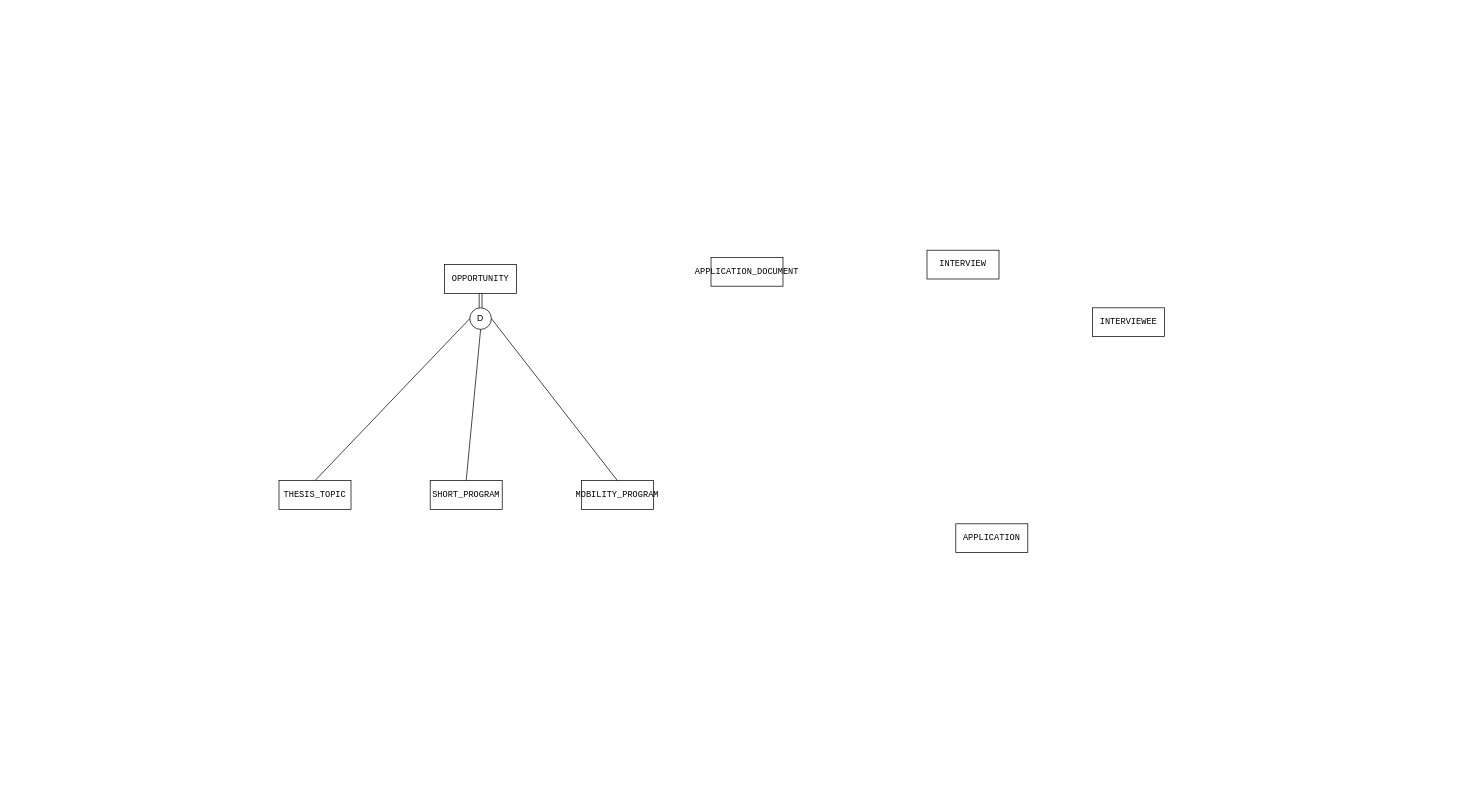
Earlier version of the draw.io diagram CleanMember3.drawio (kniveexe/giu-germany-connect). Source tidied: cells renumbered, new cells numbered last; positions are measured from the earlier drawing's top-left corner, leaving out a move shared by most shapes. Both pictures are drawn from the tidied source at 72%, with x=0, y=0 at pixel (279, 250).
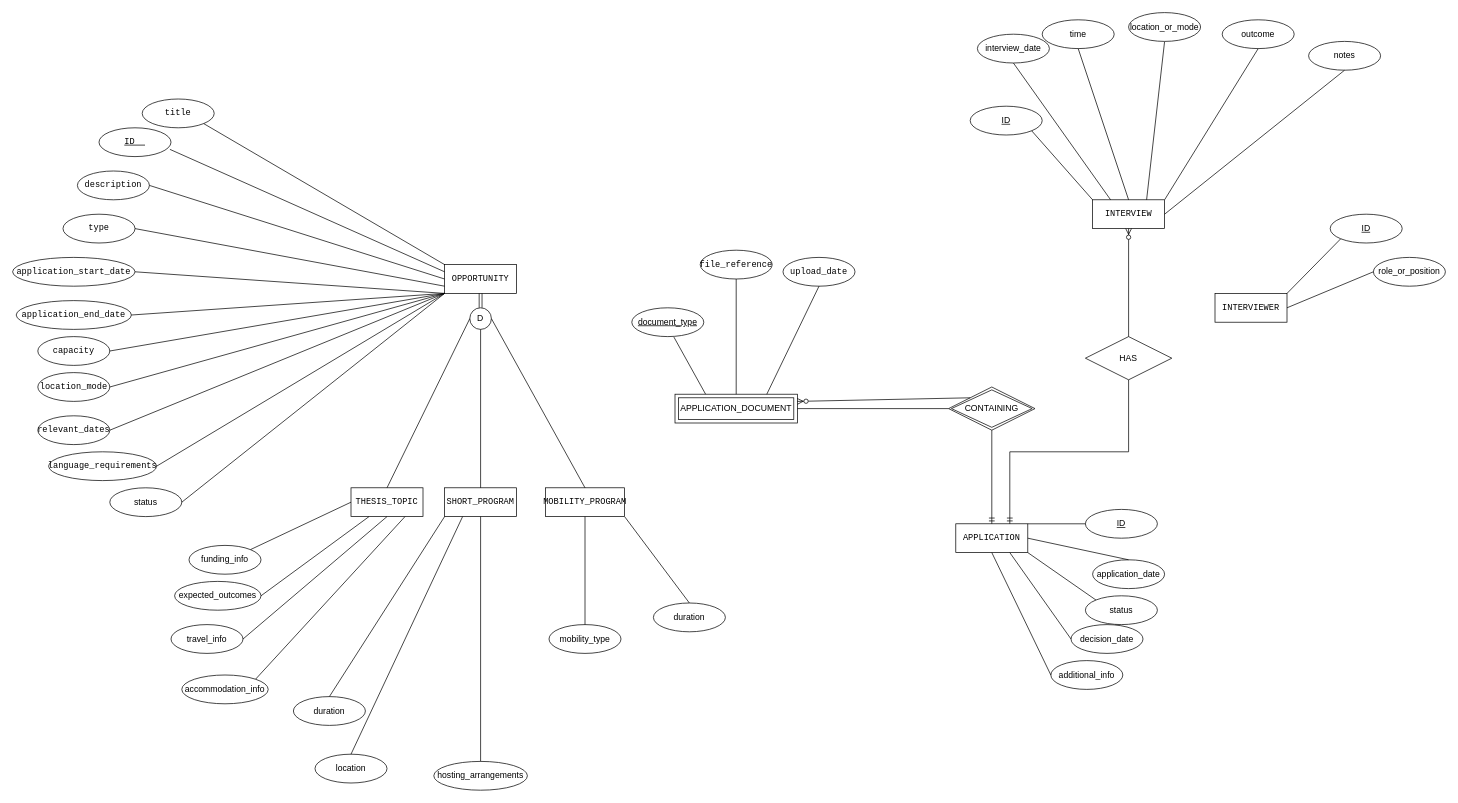
The same diagram, later.

Unchanged cells that the change refers to:
```xml
<mxCell id="2" value="&lt;pre dir=&quot;ltr&quot;&gt;&lt;code&gt;OPPORTUNITY&lt;/code&gt;&lt;/pre&gt;" style="whiteSpace=wrap;html=1;align=center;" parent="1" vertex="1">
  <mxGeometry x="230" y="20" width="100" height="40" as="geometry" />
</mxCell>
<mxCell id="7" value="&lt;pre dir=&quot;ltr&quot;&gt;&lt;code&gt;APPLICATION&lt;/code&gt;&lt;/pre&gt;" style="whiteSpace=wrap;html=1;align=center;" parent="1" vertex="1">
  <mxGeometry x="940" y="380" width="100" height="40" as="geometry" />
</mxCell>
```

Change to the diagram source:
```diff
@@
     <mxCell id="3" value="&lt;pre dir=&quot;ltr&quot;&gt;&lt;code&gt;THESIS_TOPIC&lt;br/&gt;&lt;/code&gt;&lt;/pre&gt;" style="whiteSpace=wrap;html=1;align=center;" parent="1" vertex="1">
-      <mxGeometry y="320" width="100" height="40" as="geometry" />
+      <mxGeometry x="100" y="330" width="100" height="40" as="geometry" />
     </mxCell>
-    <mxCell id="4" value="&lt;pre dir=&quot;ltr&quot;&gt;&lt;code&gt;APPLICATION_DOCUMENT&lt;/code&gt;&lt;/pre&gt;" style="whiteSpace=wrap;html=1;align=center;" parent="1" vertex="1">
-      <mxGeometry x="600" y="10" width="100" height="40" as="geometry" />
-    </mxCell>
     <mxCell id="5" value="&lt;pre dir=&quot;ltr&quot;&gt;&lt;code&gt;SHORT_PROGRAM&lt;br/&gt;&lt;/code&gt;&lt;/pre&gt;" style="whiteSpace=wrap;html=1;align=center;" parent="1" vertex="1">
-      <mxGeometry x="210" y="320" width="100" height="40" as="geometry" />
+      <mxGeometry x="230" y="330" width="100" height="40" as="geometry" />
     </mxCell>
     <mxCell id="6" value="&lt;pre dir=&quot;ltr&quot;&gt;&lt;code&gt;MOBILITY_PROGRAM&lt;br/&gt;&lt;/code&gt;&lt;/pre&gt;" style="whiteSpace=wrap;html=1;align=center;" parent="1" vertex="1">
-      <mxGeometry x="420" y="320" width="100" height="40" as="geometry" />
+      <mxGeometry x="370" y="330" width="110" height="40" as="geometry" />
     </mxCell>
@@
     <mxCell id="8" value="&lt;pre dir=&quot;ltr&quot;&gt;&lt;code&gt;INTERVIEW&lt;/code&gt;&lt;/pre&gt;" style="whiteSpace=wrap;html=1;align=center;" parent="1" vertex="1">
-      <mxGeometry x="900" width="100" height="40" as="geometry" />
+      <mxGeometry x="1130" y="-70" width="100" height="40" as="geometry" />
     </mxCell>
-    <mxCell id="9" value="&lt;pre dir=&quot;ltr&quot;&gt;&lt;code&gt;INTERVIEWEE&lt;/code&gt;&lt;/pre&gt;" style="whiteSpace=wrap;html=1;align=center;" parent="1" vertex="1">
-      <mxGeometry x="1130" y="80" width="100" height="40" as="geometry" />
+    <mxCell id="9" value="&lt;pre dir=&quot;ltr&quot;&gt;&lt;code&gt;INTERVIEWER&lt;/code&gt;&lt;/pre&gt;" style="whiteSpace=wrap;html=1;align=center;" parent="1" vertex="1">
+      <mxGeometry x="1300" y="60" width="100" height="40" as="geometry" />
     </mxCell>
@@
+    <mxCell id="15" value="&lt;pre dir=&quot;ltr&quot;&gt;&lt;code&gt;ID  &lt;/code&gt;&lt;/pre&gt;" style="ellipse;whiteSpace=wrap;html=1;align=center;fontStyle=4;" parent="1" vertex="1">
+      <mxGeometry x="-250" y="-170" width="100" height="40" as="geometry" />
+    </mxCell>
+    <mxCell id="16" value="&lt;pre dir=&quot;ltr&quot;&gt;&lt;code&gt;application_start_date&lt;/code&gt;&lt;/pre&gt;" style="ellipse;whiteSpace=wrap;html=1;align=center;" parent="1" vertex="1">
+      <mxGeometry x="-370" y="10" width="170" height="40" as="geometry" />
+    </mxCell>
+    <mxCell id="17" value="&lt;pre dir=&quot;ltr&quot;&gt;&lt;code&gt;relevant_dates&lt;br/&gt;&lt;/code&gt;&lt;/pre&gt;" style="ellipse;whiteSpace=wrap;html=1;align=center;" parent="1" vertex="1">
+      <mxGeometry x="-335" y="230" width="100" height="40" as="geometry" />
+    </mxCell>
+    <mxCell id="18" value="&lt;pre dir=&quot;ltr&quot;&gt;&lt;code&gt;type&lt;/code&gt;&lt;/pre&gt;" style="ellipse;whiteSpace=wrap;html=1;align=center;" parent="1" vertex="1">
+      <mxGeometry x="-300" y="-50" width="100" height="40" as="geometry" />
+    </mxCell>
+    <mxCell id="19" value="&lt;pre dir=&quot;ltr&quot;&gt;&lt;code&gt;language_requirements&lt;/code&gt;&lt;/pre&gt;" style="ellipse;whiteSpace=wrap;html=1;align=center;" parent="1" vertex="1">
+      <mxGeometry x="-320" y="280" width="150" height="40" as="geometry" />
+    </mxCell>
+    <mxCell id="20" value="&lt;pre dir=&quot;ltr&quot;&gt;&lt;code&gt;description&lt;/code&gt;&lt;/pre&gt;" style="ellipse;whiteSpace=wrap;html=1;align=center;" parent="1" vertex="1">
+      <mxGeometry x="-280" y="-110" width="100" height="40" as="geometry" />
+    </mxCell>
+    <mxCell id="21" value="&lt;pre dir=&quot;ltr&quot;&gt;&lt;code&gt;title&lt;/code&gt;&lt;/pre&gt;" style="ellipse;whiteSpace=wrap;html=1;align=center;" parent="1" vertex="1">
+      <mxGeometry x="-190" y="-210" width="100" height="40" as="geometry" />
+    </mxCell>
+    <mxCell id="22" value="&lt;pre dir=&quot;ltr&quot;&gt;&lt;code&gt;application_end_date&lt;/code&gt;&lt;/pre&gt;" style="ellipse;whiteSpace=wrap;html=1;align=center;" parent="1" vertex="1">
+      <mxGeometry x="-365" y="70" width="160" height="40" as="geometry" />
+    </mxCell>
+    <mxCell id="23" value="&lt;pre dir=&quot;ltr&quot;&gt;&lt;code&gt;capacity&lt;br/&gt;&lt;/code&gt;&lt;/pre&gt;" style="ellipse;whiteSpace=wrap;html=1;align=center;" parent="1" vertex="1">
+      <mxGeometry x="-335" y="120" width="100" height="40" as="geometry" />
+    </mxCell>
+    <mxCell id="24" value="&lt;pre dir=&quot;ltr&quot;&gt;&lt;code&gt;location_mode&lt;/code&gt;&lt;/pre&gt;" style="ellipse;whiteSpace=wrap;html=1;align=center;" parent="1" vertex="1">
+      <mxGeometry x="-335" y="170" width="100" height="40" as="geometry" />
+    </mxCell>
+    <mxCell id="25" value="status" style="ellipse;whiteSpace=wrap;html=1;align=center;" parent="1" vertex="1">
+      <mxGeometry x="-235" y="330" width="100" height="40" as="geometry" />
+    </mxCell>
+    <mxCell id="26" style="endArrow=none;html=1;rounded=0;exitX=1;exitY=1;exitDx=0;exitDy=0;entryX=0;entryY=0;entryDx=0;entryDy=0;" parent="1" edge="1" source="21" target="2">
+      <mxGeometry relative="1" as="geometry" />
+    </mxCell>
+    <mxCell id="27" style="endArrow=none;html=1;rounded=0;exitX=0.985;exitY=0.749;exitDx=0;exitDy=0;entryX=0;entryY=0.25;entryDx=0;entryDy=0;exitPerimeter=0;" parent="1" edge="1" source="15" target="2">
+      <mxGeometry relative="1" as="geometry" />
+    </mxCell>
+    <mxCell id="28" style="endArrow=none;html=1;rounded=0;exitX=1;exitY=0.5;exitDx=0;exitDy=0;entryX=0;entryY=0.5;entryDx=0;entryDy=0;" parent="1" edge="1" source="20" target="2">
+      <mxGeometry relative="1" as="geometry" />
+    </mxCell>
+    <mxCell id="29" style="endArrow=none;html=1;rounded=0;exitX=1;exitY=0.5;exitDx=0;exitDy=0;entryX=0;entryY=0.75;entryDx=0;entryDy=0;" parent="1" edge="1" source="18" target="2">
+      <mxGeometry relative="1" as="geometry" />
+    </mxCell>
+    <mxCell id="30" style="endArrow=none;html=1;rounded=0;exitX=1;exitY=0.5;exitDx=0;exitDy=0;entryX=0;entryY=1;entryDx=0;entryDy=0;" parent="1" edge="1" source="16" target="2">
+      <mxGeometry relative="1" as="geometry" />
+    </mxCell>
+    <mxCell id="31" style="endArrow=none;html=1;rounded=0;exitX=1;exitY=0.5;exitDx=0;exitDy=0;entryX=0;entryY=1;entryDx=0;entryDy=0;" parent="1" edge="1" source="22" target="2">
+      <mxGeometry relative="1" as="geometry" />
+    </mxCell>
+    <mxCell id="32" style="endArrow=none;html=1;rounded=0;exitX=1;exitY=0.5;exitDx=0;exitDy=0;entryX=0;entryY=1;entryDx=0;entryDy=0;" parent="1" edge="1" source="23" target="2">
+      <mxGeometry relative="1" as="geometry" />
+    </mxCell>
+    <mxCell id="33" style="endArrow=none;html=1;rounded=0;exitX=1;exitY=0.5;exitDx=0;exitDy=0;entryX=0;entryY=1;entryDx=0;entryDy=0;" parent="1" edge="1" source="24" target="2">
+      <mxGeometry relative="1" as="geometry" />
+    </mxCell>
+    <mxCell id="34" style="endArrow=none;html=1;rounded=0;exitX=1;exitY=0.5;exitDx=0;exitDy=0;entryX=0;entryY=1;entryDx=0;entryDy=0;" parent="1" edge="1" source="17" target="2">
+      <mxGeometry relative="1" as="geometry" />
+    </mxCell>
+    <mxCell id="35" style="endArrow=none;html=1;rounded=0;exitX=1;exitY=0.5;exitDx=0;exitDy=0;entryX=0;entryY=1;entryDx=0;entryDy=0;" parent="1" edge="1" source="19" target="2">
+      <mxGeometry relative="1" as="geometry" />
+    </mxCell>
+    <mxCell id="36" style="endArrow=none;html=1;rounded=0;exitX=1;exitY=0.5;exitDx=0;exitDy=0;entryX=0;entryY=1;entryDx=0;entryDy=0;" parent="1" edge="1" source="25" target="2">
+      <mxGeometry relative="1" as="geometry" />
+    </mxCell>
+    <mxCell id="37" value="travel_info" style="ellipse;whiteSpace=wrap;html=1;align=center;" parent="1" vertex="1">
+      <mxGeometry x="-150" y="520" width="100" height="40" as="geometry" />
+    </mxCell>
+    <mxCell id="38" value="funding_info" style="ellipse;whiteSpace=wrap;html=1;align=center;" parent="1" vertex="1">
+      <mxGeometry x="-125" y="410" width="100" height="40" as="geometry" />
+    </mxCell>
+    <mxCell id="39" value="expected_outcomes" style="ellipse;whiteSpace=wrap;html=1;align=center;" parent="1" vertex="1">
+      <mxGeometry x="-145" y="460" width="120" height="40" as="geometry" />
+    </mxCell>
+    <mxCell id="40" value="accommodation_info" style="ellipse;whiteSpace=wrap;html=1;align=center;" parent="1" vertex="1">
+      <mxGeometry x="-135" y="590" width="120" height="40" as="geometry" />
+    </mxCell>
+    <mxCell id="41" style="endArrow=none;html=1;rounded=0;exitX=1;exitY=0;exitDx=0;exitDy=0;entryX=0;entryY=0.5;entryDx=0;entryDy=0;" parent="1" edge="1" source="38" target="3">
+      <mxGeometry relative="1" as="geometry" />
+    </mxCell>
+    <mxCell id="42" style="endArrow=none;html=1;rounded=0;exitX=1;exitY=0.5;exitDx=0;exitDy=0;entryX=0.25;entryY=1;entryDx=0;entryDy=0;" parent="1" edge="1" source="39" target="3">
+      <mxGeometry relative="1" as="geometry" />
+    </mxCell>
+    <mxCell id="43" style="endArrow=none;html=1;rounded=0;exitX=1;exitY=0.5;exitDx=0;exitDy=0;entryX=0.5;entryY=1;entryDx=0;entryDy=0;" parent="1" edge="1" source="37" target="3">
+      <mxGeometry relative="1" as="geometry" />
+    </mxCell>
+    <mxCell id="44" style="endArrow=none;html=1;rounded=0;exitX=1;exitY=0;exitDx=0;exitDy=0;entryX=0.75;entryY=1;entryDx=0;entryDy=0;" parent="1" edge="1" source="40" target="3">
+      <mxGeometry relative="1" as="geometry" />
+    </mxCell>
+    <mxCell id="45" value="duration" style="ellipse;whiteSpace=wrap;html=1;align=center;" parent="1" vertex="1">
+      <mxGeometry x="20" y="620" width="100" height="40" as="geometry" />
+    </mxCell>
+    <mxCell id="46" value="hosting_arrangements" style="ellipse;whiteSpace=wrap;html=1;align=center;" parent="1" vertex="1">
+      <mxGeometry x="215" y="710" width="130" height="40" as="geometry" />
+    </mxCell>
+    <mxCell id="47" value="location" style="ellipse;whiteSpace=wrap;html=1;align=center;" parent="1" vertex="1">
+      <mxGeometry x="50" y="700" width="100" height="40" as="geometry" />
+    </mxCell>
+    <mxCell id="48" style="endArrow=none;html=1;rounded=0;exitX=0.5;exitY=0;exitDx=0;exitDy=0;entryX=0;entryY=1;entryDx=0;entryDy=0;" parent="1" edge="1" source="45" target="5">
+      <mxGeometry relative="1" as="geometry" />
+    </mxCell>
+    <mxCell id="49" style="endArrow=none;html=1;rounded=0;exitX=0.5;exitY=0;exitDx=0;exitDy=0;entryX=0.25;entryY=1;entryDx=0;entryDy=0;" parent="1" edge="1" source="47" target="5">
+      <mxGeometry relative="1" as="geometry" />
+    </mxCell>
+    <mxCell id="50" style="endArrow=none;html=1;rounded=0;exitX=0.5;exitY=0;exitDx=0;exitDy=0;entryX=0.5;entryY=1;entryDx=0;entryDy=0;" parent="1" edge="1" source="46" target="5">
+      <mxGeometry relative="1" as="geometry" />
+    </mxCell>
+    <mxCell id="51" value="mobility_type" style="ellipse;whiteSpace=wrap;html=1;align=center;" parent="1" vertex="1">
+      <mxGeometry x="375" y="520" width="100" height="40" as="geometry" />
+    </mxCell>
+    <mxCell id="52" value="duration" style="ellipse;whiteSpace=wrap;html=1;align=center;" parent="1" vertex="1">
+      <mxGeometry x="520" y="490" width="100" height="40" as="geometry" />
+    </mxCell>
+    <mxCell id="53" style="endArrow=none;html=1;rounded=0;entryX=0.5;entryY=0;entryDx=0;entryDy=0;exitX=0.5;exitY=1;exitDx=0;exitDy=0;" parent="1" edge="1" source="6" target="51">
+      <mxGeometry relative="1" as="geometry" />
+    </mxCell>
+    <mxCell id="54" style="endArrow=none;html=1;rounded=0;entryX=0.5;entryY=0;entryDx=0;entryDy=0;exitX=1;exitY=1;exitDx=0;exitDy=0;" parent="1" edge="1" source="6" target="52">
+      <mxGeometry relative="1" as="geometry" />
+    </mxCell>
+    <mxCell id="55" value="ID" style="ellipse;whiteSpace=wrap;html=1;align=center;fontStyle=4;" parent="1" vertex="1">
+      <mxGeometry x="1120" y="360" width="100" height="40" as="geometry" />
+    </mxCell>
+    <mxCell id="56" value="application_date" style="ellipse;whiteSpace=wrap;html=1;align=center;" parent="1" vertex="1">
+      <mxGeometry x="1130" y="430" width="100" height="40" as="geometry" />
+    </mxCell>
+    <mxCell id="57" value="status" style="ellipse;whiteSpace=wrap;html=1;align=center;" parent="1" vertex="1">
+      <mxGeometry x="1120" y="480" width="100" height="40" as="geometry" />
+    </mxCell>
+    <mxCell id="58" value="decision_date" style="ellipse;whiteSpace=wrap;html=1;align=center;" parent="1" vertex="1">
+      <mxGeometry x="1100" y="520" width="100" height="40" as="geometry" />
+    </mxCell>
+    <mxCell id="59" value="additional_info" style="ellipse;whiteSpace=wrap;html=1;align=center;" parent="1" vertex="1">
+      <mxGeometry x="1072" y="570" width="100" height="40" as="geometry" />
+    </mxCell>
+    <mxCell id="60" style="endArrow=none;html=1;rounded=0;entryX=0;entryY=0.5;entryDx=0;entryDy=0;exitX=1;exitY=0;exitDx=0;exitDy=0;" parent="1" edge="1" source="7" target="55">
+      <mxGeometry relative="1" as="geometry" />
+    </mxCell>
+    <mxCell id="61" style="endArrow=none;html=1;rounded=0;entryX=0.5;entryY=0;entryDx=0;entryDy=0;exitX=1;exitY=0.5;exitDx=0;exitDy=0;" parent="1" edge="1" source="7" target="56">
+      <mxGeometry relative="1" as="geometry" />
+    </mxCell>
+    <mxCell id="62" style="endArrow=none;html=1;rounded=0;entryX=0;entryY=0;entryDx=0;entryDy=0;exitX=1;exitY=1;exitDx=0;exitDy=0;" parent="1" edge="1" source="7" target="57">
+      <mxGeometry relative="1" as="geometry" />
+    </mxCell>
+    <mxCell id="63" style="endArrow=none;html=1;rounded=0;entryX=0;entryY=0.5;entryDx=0;entryDy=0;exitX=0.75;exitY=1;exitDx=0;exitDy=0;" parent="1" edge="1" source="7" target="58">
+      <mxGeometry relative="1" as="geometry" />
+    </mxCell>
+    <mxCell id="64" style="endArrow=none;html=1;rounded=0;entryX=0;entryY=0.5;entryDx=0;entryDy=0;exitX=0.5;exitY=1;exitDx=0;exitDy=0;" parent="1" edge="1" source="7" target="59">
+      <mxGeometry relative="1" as="geometry" />
+    </mxCell>
+    <mxCell id="4" value="APPLICATION_DOCUMENT" style="shape=ext;margin=3;double=1;whiteSpace=wrap;html=1;align=center;" parent="1" vertex="1">
+      <mxGeometry x="550" y="200" width="170" height="40" as="geometry" />
+    </mxCell>
+    <mxCell id="65" value="document_type" style="ellipse;whiteSpace=wrap;html=1;align=center;fontStyle=20;" parent="1" vertex="1">
+      <mxGeometry x="490" y="80" width="100" height="40" as="geometry" />
+    </mxCell>
+    <mxCell id="66" value="&lt;code&gt;upload_date&lt;/code&gt;" style="ellipse;whiteSpace=wrap;html=1;align=center;" parent="1" vertex="1">
+      <mxGeometry x="700" y="10" width="100" height="40" as="geometry" />
+    </mxCell>
+    <mxCell id="67" value="&lt;code&gt;file_reference&lt;/code&gt;" style="ellipse;whiteSpace=wrap;html=1;align=center;" parent="1" vertex="1">
+      <mxGeometry x="585" width="100" height="40" as="geometry" />
+    </mxCell>
+    <mxCell id="68" style="endArrow=none;html=1;rounded=0;entryX=0.5;entryY=1;entryDx=0;entryDy=0;exitX=0.5;exitY=0;exitDx=0;exitDy=0;" parent="1" edge="1" source="4" target="67">
+      <mxGeometry relative="1" as="geometry" />
+    </mxCell>
+    <mxCell id="69" style="endArrow=none;html=1;rounded=0;entryX=0.585;entryY=1.017;entryDx=0;entryDy=0;exitX=0.25;exitY=0;exitDx=0;exitDy=0;entryPerimeter=0;" parent="1" edge="1" source="4" target="65">
+      <mxGeometry relative="1" as="geometry" />
+    </mxCell>
+    <mxCell id="70" style="endArrow=none;html=1;rounded=0;entryX=0.5;entryY=1;entryDx=0;entryDy=0;exitX=0.75;exitY=0;exitDx=0;exitDy=0;" parent="1" edge="1" source="4" target="66">
+      <mxGeometry relative="1" as="geometry" />
+    </mxCell>
+    <mxCell id="71" value="CONTAINING" style="shape=rhombus;double=1;perimeter=rhombusPerimeter;whiteSpace=wrap;html=1;align=center;" parent="1" vertex="1">
+      <mxGeometry x="930" y="190" width="120" height="60" as="geometry" />
+    </mxCell>
+    <mxCell id="72" style="fontSize=12;html=1;endArrow=ERmandOne;rounded=0;entryX=0.5;entryY=0;entryDx=0;entryDy=0;exitX=0.5;exitY=1;exitDx=0;exitDy=0;" parent="1" edge="1" source="71" target="7">
+      <mxGeometry relative="1" as="geometry" />
+    </mxCell>
+    <mxCell id="73" style="fontSize=12;html=1;endArrow=ERzeroToMany;endFill=1;rounded=0;entryX=1;entryY=0.25;entryDx=0;entryDy=0;exitX=0;exitY=0;exitDx=0;exitDy=0;" parent="1" edge="1" source="71" target="4">
+      <mxGeometry relative="1" as="geometry" />
+    </mxCell>
+    <mxCell id="74" style="endArrow=none;html=1;rounded=0;exitX=1;exitY=0.5;exitDx=0;exitDy=0;entryX=0;entryY=0.5;entryDx=0;entryDy=0;" parent="1" edge="1" source="4" target="71">
+      <mxGeometry relative="1" as="geometry" />
+    </mxCell>
+    <mxCell id="75" value="ID" style="ellipse;whiteSpace=wrap;html=1;align=center;fontStyle=4;" parent="1" vertex="1">
+      <mxGeometry x="960" y="-200" width="100" height="40" as="geometry" />
+    </mxCell>
+    <mxCell id="76" value="interview_date" style="ellipse;whiteSpace=wrap;html=1;align=center;" parent="1" vertex="1">
+      <mxGeometry x="970" y="-300" width="100" height="40" as="geometry" />
+    </mxCell>
+    <mxCell id="77" value="notes" style="ellipse;whiteSpace=wrap;html=1;align=center;" parent="1" vertex="1">
+      <mxGeometry x="1430" y="-290" width="100" height="40" as="geometry" />
+    </mxCell>
+    <mxCell id="78" value="time" style="ellipse;whiteSpace=wrap;html=1;align=center;" parent="1" vertex="1">
+      <mxGeometry x="1060" y="-320" width="100" height="40" as="geometry" />
+    </mxCell>
+    <mxCell id="79" value="outcome" style="ellipse;whiteSpace=wrap;html=1;align=center;" parent="1" vertex="1">
+      <mxGeometry x="1310" y="-320" width="100" height="40" as="geometry" />
+    </mxCell>
+    <mxCell id="80" style="endArrow=none;html=1;rounded=0;exitX=1;exitY=1;exitDx=0;exitDy=0;entryX=0;entryY=0;entryDx=0;entryDy=0;" parent="1" edge="1" source="75" target="8">
+      <mxGeometry relative="1" as="geometry" />
+    </mxCell>
+    <mxCell id="81" style="endArrow=none;html=1;rounded=0;entryX=0.25;entryY=0;entryDx=0;entryDy=0;exitX=0.5;exitY=1;exitDx=0;exitDy=0;" parent="1" edge="1" source="76" target="8">
+      <mxGeometry relative="1" as="geometry" />
+    </mxCell>
+    <mxCell id="82" style="endArrow=none;html=1;rounded=0;entryX=0.5;entryY=0;entryDx=0;entryDy=0;exitX=0.5;exitY=1;exitDx=0;exitDy=0;" parent="1" edge="1" source="78" target="8">
+      <mxGeometry relative="1" as="geometry" />
+    </mxCell>
+    <mxCell id="83" style="endArrow=none;html=1;rounded=0;entryX=0.75;entryY=0;entryDx=0;entryDy=0;exitX=0.5;exitY=1;exitDx=0;exitDy=0;" parent="1" edge="1" source="86" target="8">
+      <mxGeometry relative="1" as="geometry" />
+    </mxCell>
+    <mxCell id="84" style="endArrow=none;html=1;rounded=0;entryX=1;entryY=0;entryDx=0;entryDy=0;exitX=0.5;exitY=1;exitDx=0;exitDy=0;" parent="1" edge="1" source="79" target="8">
+      <mxGeometry relative="1" as="geometry" />
+    </mxCell>
+    <mxCell id="85" style="endArrow=none;html=1;rounded=0;entryX=1;entryY=0.5;entryDx=0;entryDy=0;exitX=0.5;exitY=1;exitDx=0;exitDy=0;" parent="1" edge="1" source="77" target="8">
+      <mxGeometry relative="1" as="geometry" />
+    </mxCell>
+    <mxCell id="86" value="location_or_mode" style="ellipse;whiteSpace=wrap;html=1;align=center;" parent="1" vertex="1">
+      <mxGeometry x="1180" y="-330" width="100" height="40" as="geometry" />
+    </mxCell>
+    <mxCell id="87" value="ID" style="ellipse;whiteSpace=wrap;html=1;align=center;fontStyle=4;" parent="1" vertex="1">
+      <mxGeometry x="1460" y="-50" width="100" height="40" as="geometry" />
+    </mxCell>
+    <mxCell id="88" value="role_or_position" style="ellipse;whiteSpace=wrap;html=1;align=center;" parent="1" vertex="1">
+      <mxGeometry x="1520" y="10" width="100" height="40" as="geometry" />
+    </mxCell>
+    <mxCell id="89" style="endArrow=none;html=1;rounded=0;entryX=0;entryY=1;entryDx=0;entryDy=0;exitX=1;exitY=0;exitDx=0;exitDy=0;" parent="1" edge="1" source="9" target="87">
+      <mxGeometry relative="1" as="geometry" />
+    </mxCell>
+    <mxCell id="90" style="endArrow=none;html=1;rounded=0;entryX=0;entryY=0.5;entryDx=0;entryDy=0;exitX=1;exitY=0.5;exitDx=0;exitDy=0;" parent="1" edge="1" source="9" target="88">
+      <mxGeometry relative="1" as="geometry" />
+    </mxCell>
+    <mxCell id="91" value="HAS" style="shape=rhombus;perimeter=rhombusPerimeter;whiteSpace=wrap;html=1;align=center;" parent="1" vertex="1">
+      <mxGeometry x="1120" y="120" width="120" height="60" as="geometry" />
+    </mxCell>
+    <mxCell id="92" style="fontSize=12;html=1;endArrow=ERmandOne;rounded=0;entryX=0.75;entryY=0;entryDx=0;entryDy=0;exitX=0.5;exitY=1;exitDx=0;exitDy=0;edgeStyle=orthogonalEdgeStyle;" parent="1" edge="1" source="91" target="7">
+      <mxGeometry x="-0.04" relative="1" as="geometry" />
+    </mxCell>
+    <mxCell id="93" style="fontSize=12;html=1;endArrow=ERzeroToMany;endFill=1;rounded=0;entryX=0.5;entryY=1;entryDx=0;entryDy=0;exitX=0.5;exitY=0;exitDx=0;exitDy=0;" parent="1" edge="1" source="91" target="8">
+      <mxGeometry relative="1" as="geometry" />
+    </mxCell>
```
